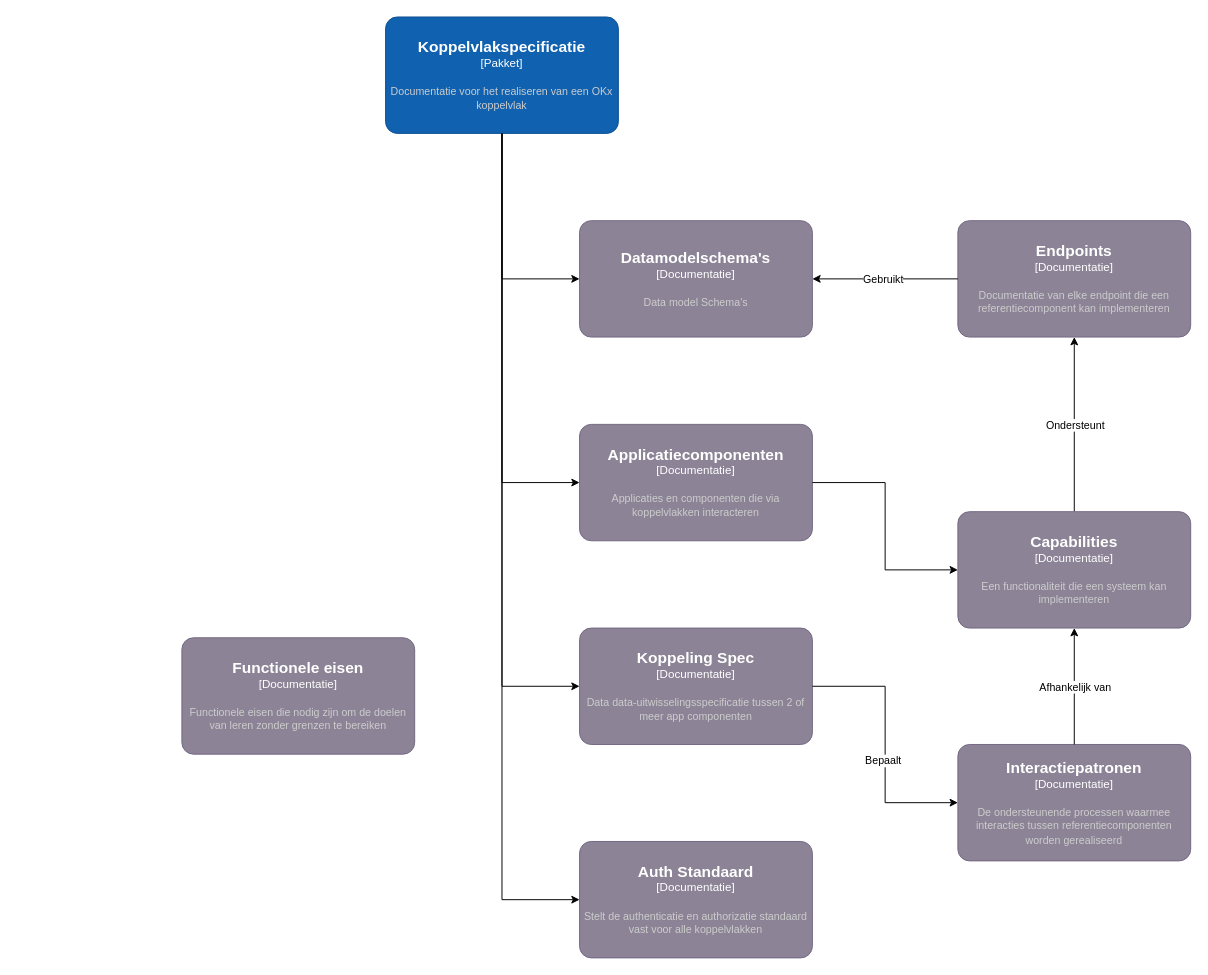
This is Koppelvlakspecificaties/src/KoppelvlakSpec overzicht.drawio from Npuls-OKx/Public, a draw.io file, before an edit. Source tidied: cells renumbered, new cells numbered last; positions are measured from the earlier drawing's top-left corner, leaving out a move shared by most shapes. Both pictures are drawn from the tidied source at 97%, with x=0, y=0 at pixel (181, 16).
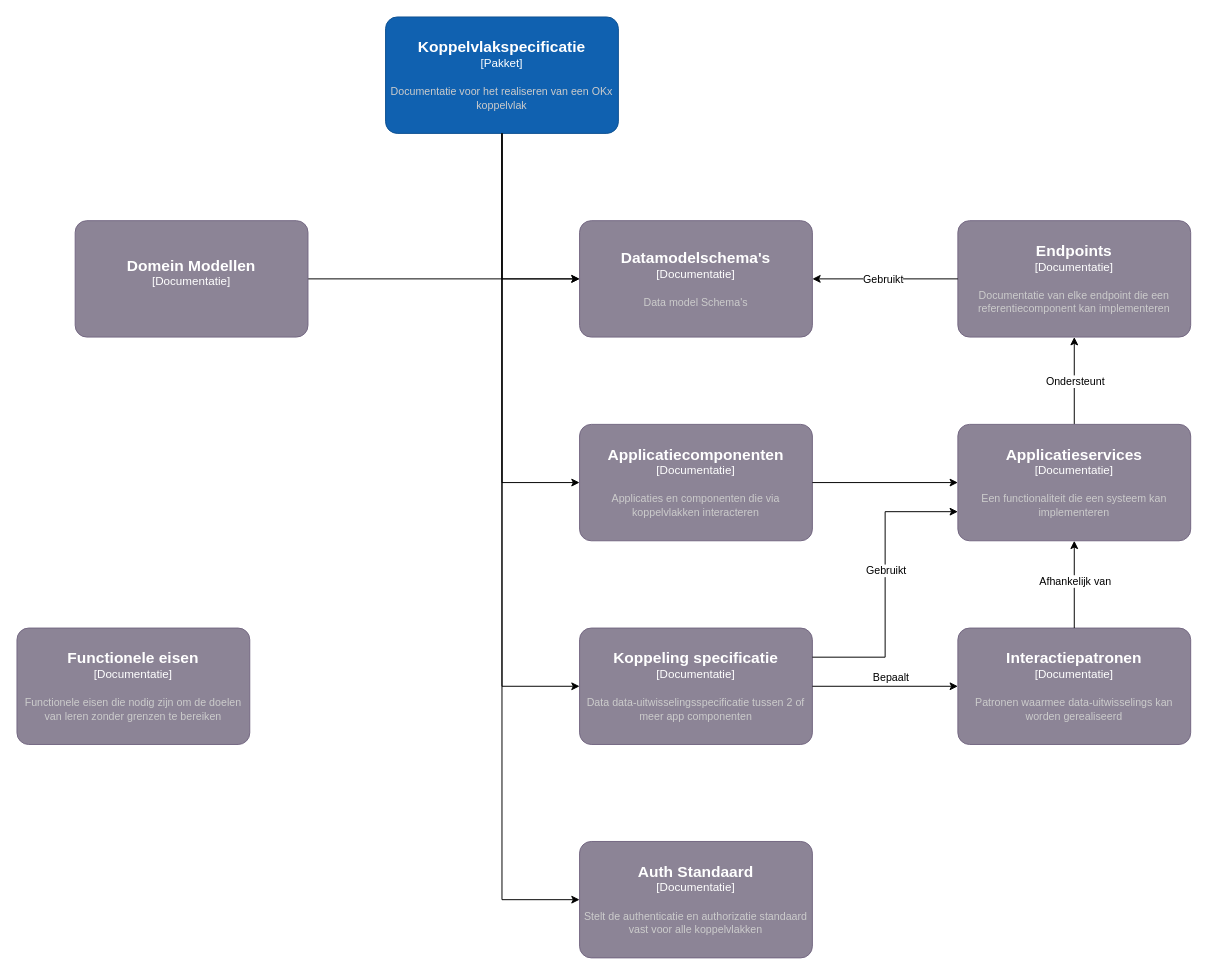
Above is the later version.

Commit message (it also covers changes not shown here):
Patronen en diensten per berichtstroom tonen

Unchanged cells that the change refers to:
```xml
<object id="3" label="&lt;font style=&quot;font-size: 16px&quot;&gt;&lt;b&gt;%c4Name%&lt;/b&gt;&lt;/font&gt;&lt;div&gt;[%c4Type%]&lt;/div&gt;&lt;br&gt;&lt;div&gt;&lt;font style=&quot;font-size: 11px&quot;&gt;&lt;font color=&quot;#cccccc&quot;&gt;%c4Description%&lt;/font&gt;&lt;/div&gt;" c4Description="Data model Schema's" c4Name="Datamodelschema's" c4Type="Documentatie" placeholders="1">
  <mxCell style="rounded=1;whiteSpace=wrap;html=1;labelBackgroundColor=none;fillColor=#8C8496;fontColor=#ffffff;align=center;arcSize=10;strokeColor=#736782;points=[[0.25,0,0],[0.5,0,0],[0.75,0,0],[1,0.25,0],[1,0.5,0],[1,0.75,0],[0.75,1,0],[0.5,1,0],[0.25,1,0],[0,0.75,0],[0,0.5,0],[0,0.25,0]];" parent="1" vertex="1">
    <mxGeometry x="410" y="210" width="240" height="120" as="geometry" />
  </mxCell>
</object>
<mxCell id="13" style="edgeStyle=orthogonalEdgeStyle;rounded=0;jettySize=auto;html=1;" parent="1" edge="1" source="15" target="8">
  <mxGeometry relative="1" as="geometry" />
</mxCell>
<mxCell id="22" style="edgeStyle=orthogonalEdgeStyle;rounded=0;jettySize=auto;html=1;entryX=0;entryY=0.5;entryDx=0;entryDy=0;entryPerimeter=0;" parent="1" edge="1" source="17" target="7">
  <mxGeometry relative="1" as="geometry" />
</mxCell>
```

Diff of the diagram source:
```diff
@@
-    <object id="7" label="&lt;font style=&quot;font-size: 16px&quot;&gt;&lt;b&gt;%c4Name%&lt;/b&gt;&lt;/font&gt;&lt;div&gt;[%c4Type%]&lt;/div&gt;&lt;br&gt;&lt;div&gt;&lt;font style=&quot;font-size: 11px&quot;&gt;&lt;font color=&quot;#cccccc&quot;&gt;%c4Description%&lt;/font&gt;&lt;/div&gt;" c4Description="De ondersteunende processen waarmee interacties tussen referentiecomponenten worden gerealiseerd" c4Name="Interactiepatronen" c4Type="Documentatie" placeholders="1">
+    <object id="7" label="&lt;font style=&quot;font-size: 16px&quot;&gt;&lt;b&gt;%c4Name%&lt;/b&gt;&lt;/font&gt;&lt;div&gt;[%c4Type%]&lt;/div&gt;&lt;br&gt;&lt;div&gt;&lt;font style=&quot;font-size: 11px&quot;&gt;&lt;font color=&quot;#cccccc&quot;&gt;%c4Description%&lt;/font&gt;&lt;/div&gt;" c4Description="Patronen waarmee data-uitwisselings kan worden gerealiseerd " c4Name="Interactiepatronen" c4Type="Documentatie" placeholders="1">
       <mxCell style="rounded=1;whiteSpace=wrap;html=1;labelBackgroundColor=none;fillColor=#8C8496;fontColor=#ffffff;align=center;arcSize=10;strokeColor=#736782;points=[[0.25,0,0],[0.5,0,0],[0.75,0,0],[1,0.25,0],[1,0.5,0],[1,0.75,0],[0.75,1,0],[0.5,1,0],[0.25,1,0],[0,0.75,0],[0,0.5,0],[0,0.25,0]];" parent="1" vertex="1">
-        <mxGeometry x="800" y="750" width="240" height="120" as="geometry" />
+        <mxGeometry x="800" y="630" width="240" height="120" as="geometry" />
       </mxCell>
     </object>
@@
     <mxCell id="14" value="Ondersteunt" style="edgeLabel;html=1;align=center;verticalAlign=middle;" parent="13" vertex="1">
       <mxGeometry x="-0.43" y="-2" relative="1" as="geometry">
-        <mxPoint x="-2" y="-39" as="offset" />
+        <mxPoint x="-2" y="-19" as="offset" />
       </mxGeometry>
     </mxCell>
-    <object id="15" label="&lt;font style=&quot;font-size: 16px&quot;&gt;&lt;b&gt;%c4Name%&lt;/b&gt;&lt;/font&gt;&lt;div&gt;[%c4Type%]&lt;/div&gt;&lt;br&gt;&lt;div&gt;&lt;font style=&quot;font-size: 11px&quot;&gt;&lt;font color=&quot;#cccccc&quot;&gt;%c4Description%&lt;/font&gt;&lt;/div&gt;" c4Description="Een functionaliteit die een systeem kan implementeren" c4Name="Capabilities" c4Type="Documentatie" placeholders="1">
+    <object id="15" label="&lt;font style=&quot;font-size: 16px&quot;&gt;&lt;b&gt;%c4Name%&lt;/b&gt;&lt;/font&gt;&lt;div&gt;[%c4Type%]&lt;/div&gt;&lt;br&gt;&lt;div&gt;&lt;font style=&quot;font-size: 11px&quot;&gt;&lt;font color=&quot;#cccccc&quot;&gt;%c4Description%&lt;/font&gt;&lt;/div&gt;" c4Description="Een functionaliteit die een systeem kan implementeren" c4Name="Applicatieservices" c4Type="Documentatie" placeholders="1">
       <mxCell style="rounded=1;whiteSpace=wrap;html=1;labelBackgroundColor=none;fillColor=#8C8496;fontColor=#ffffff;align=center;arcSize=10;strokeColor=#736782;points=[[0.25,0,0],[0.5,0,0],[0.75,0,0],[1,0.25,0],[1,0.5,0],[1,0.75,0],[0.75,1,0],[0.5,1,0],[0.25,1,0],[0,0.75,0],[0,0.5,0],[0,0.25,0]];" parent="1" vertex="1">
-        <mxGeometry x="800" y="510" width="240" height="120" as="geometry" />
+        <mxGeometry x="800" y="420" width="240" height="120" as="geometry" />
       </mxCell>
     </object>
     <object id="16" label="&lt;font style=&quot;font-size: 16px&quot;&gt;&lt;b&gt;%c4Name%&lt;/b&gt;&lt;/font&gt;&lt;div&gt;[%c4Type%]&lt;/div&gt;&lt;br&gt;&lt;div&gt;&lt;font style=&quot;font-size: 11px&quot;&gt;&lt;font color=&quot;#cccccc&quot;&gt;%c4Description%&lt;/font&gt;&lt;/div&gt;" c4Description="Functionele eisen die nodig zijn om de doelen van leren zonder grenzen te bereiken" c4Name="Functionele eisen" c4Type="Documentatie" placeholders="1">
       <mxCell style="rounded=1;whiteSpace=wrap;html=1;labelBackgroundColor=none;fillColor=#8C8496;fontColor=#ffffff;align=center;arcSize=10;strokeColor=#736782;" parent="1" vertex="1">
-        <mxGeometry y="640" width="240" height="120" as="geometry" />
+        <mxGeometry x="-170" y="630" width="240" height="120" as="geometry" />
       </mxCell>
     </object>
-    <object id="17" label="&lt;font style=&quot;font-size: 16px&quot;&gt;&lt;b&gt;%c4Name%&lt;/b&gt;&lt;/font&gt;&lt;div&gt;[%c4Type%]&lt;/div&gt;&lt;br&gt;&lt;div&gt;&lt;font style=&quot;font-size: 11px&quot;&gt;&lt;font color=&quot;#cccccc&quot;&gt;%c4Description%&lt;/font&gt;&lt;/div&gt;" c4Description="Data data-uitwisselingsspecificatie tussen 2 of meer app componenten&#10;" c4Name="Koppeling Spec" c4Type="Documentatie" placeholders="1">
+    <object id="17" label="&lt;font style=&quot;font-size: 16px&quot;&gt;&lt;b&gt;%c4Name%&lt;/b&gt;&lt;/font&gt;&lt;div&gt;[%c4Type%]&lt;/div&gt;&lt;br&gt;&lt;div&gt;&lt;font style=&quot;font-size: 11px&quot;&gt;&lt;font color=&quot;#cccccc&quot;&gt;%c4Description%&lt;/font&gt;&lt;/div&gt;" c4Description="Data data-uitwisselingsspecificatie tussen 2 of meer app componenten&#10;" c4Name="Koppeling specificatie" c4Type="Documentatie" placeholders="1">
       <mxCell style="rounded=1;whiteSpace=wrap;html=1;labelBackgroundColor=none;fillColor=#8C8496;fontColor=#ffffff;align=center;arcSize=10;strokeColor=#736782;points=[[0.25,0,0],[0.5,0,0],[0.75,0,0],[1,0.25,0],[1,0.5,0],[1,0.75,0],[0.75,1,0],[0.5,1,0],[0.25,1,0],[0,0.75,0],[0,0.5,0],[0,0.25,0]];" parent="1" vertex="1">
         <mxGeometry x="410" y="630" width="240" height="120" as="geometry" />
       </mxCell>
     </object>
@@
     <mxCell id="23" value="Bepaalt" style="edgeLabel;html=1;align=center;verticalAlign=middle;" parent="22" vertex="1">
-      <mxGeometry x="0.12" y="-3" relative="1" as="geometry" />
+      <mxGeometry x="0.12" y="-3" relative="1" as="geometry">
+        <mxPoint x="-4" y="-13" as="offset" />
+      </mxGeometry>
     </mxCell>
+    <mxCell id="24" style="edgeStyle=orthogonalEdgeStyle;rounded=0;jettySize=auto;html=1;exitX=1;exitY=0.25;exitDx=0;exitDy=0;exitPerimeter=0;entryX=0;entryY=0.75;entryDx=0;entryDy=0;entryPerimeter=0;" parent="1" edge="1" source="17" target="15">
+      <mxGeometry relative="1" as="geometry" />
+    </mxCell>
+    <mxCell id="25" value="Gebruikt" style="edgeLabel;html=1;align=center;verticalAlign=middle;" parent="24" vertex="1">
+      <mxGeometry x="0.1" relative="1" as="geometry" />
+    </mxCell>
+    <mxCell id="26" style="edgeStyle=orthogonalEdgeStyle;rounded=0;jettySize=auto;html=1;" parent="1" edge="1" source="27" target="3">
+      <mxGeometry relative="1" as="geometry" />
+    </mxCell>
+    <object id="27" label="&lt;font style=&quot;font-size: 16px&quot;&gt;&lt;b&gt;%c4Name%&lt;/b&gt;&lt;/font&gt;&lt;div&gt;[%c4Type%]&lt;/div&gt;&lt;br&gt;&lt;div&gt;&lt;font style=&quot;font-size: 11px&quot;&gt;&lt;font color=&quot;#cccccc&quot;&gt;%c4Description%&lt;/font&gt;&lt;/div&gt;" c4Description="" c4Name="Domein Modellen" c4Type="Documentatie" placeholders="1">
+      <mxCell style="rounded=1;whiteSpace=wrap;html=1;labelBackgroundColor=none;fillColor=#8C8496;fontColor=#ffffff;align=center;arcSize=10;strokeColor=#736782;points=[[0.25,0,0],[0.5,0,0],[0.75,0,0],[1,0.25,0],[1,0.5,0],[1,0.75,0],[0.75,1,0],[0.5,1,0],[0.25,1,0],[0,0.75,0],[0,0.5,0],[0,0.25,0]];" parent="1" vertex="1">
+        <mxGeometry x="-110" y="210" width="240" height="120" as="geometry" />
+      </mxCell>
+    </object>
```
